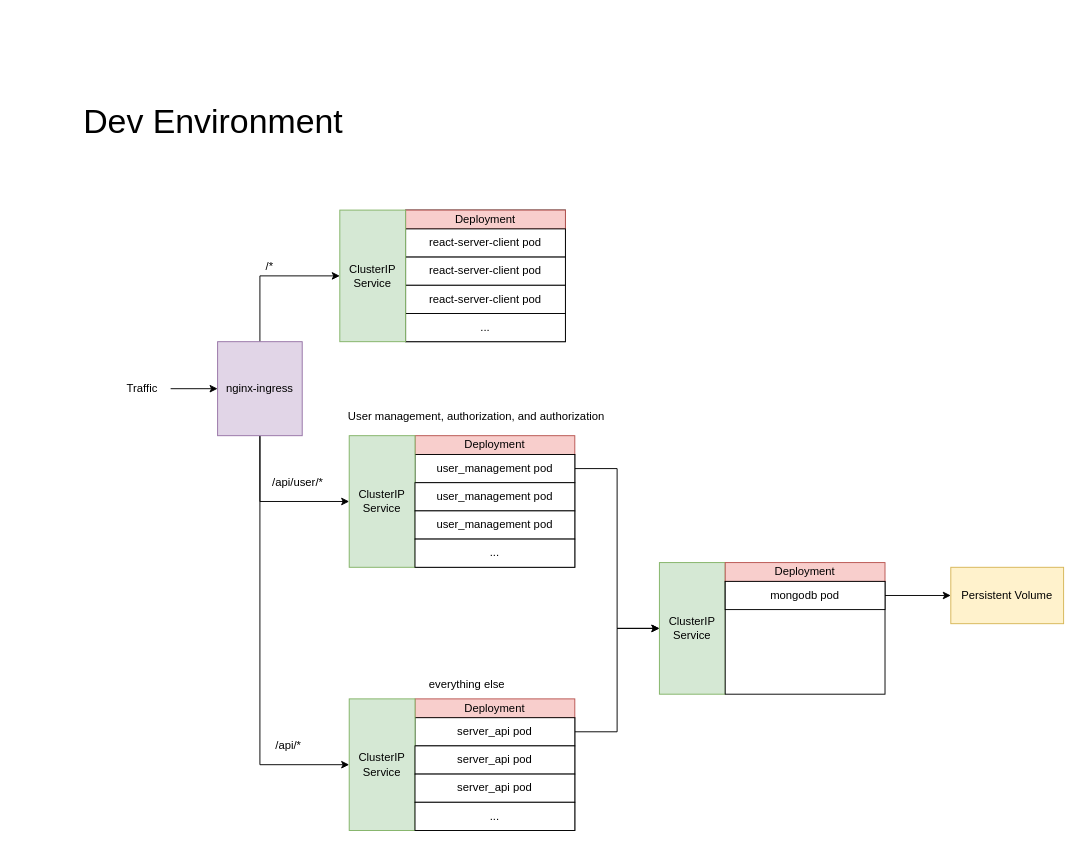
The draw.io diagram page "Page-1" (1 of 2) of planning/architecture_diagram.drawio in Daniel-Laufer/flashcard-app, before the edit. Source tidied: cells renumbered, new cells numbered last; positions are measured from the earlier drawing's top-left corner, leaving out a move shared by most shapes. Both pictures are drawn from the tidied source at 94%, with x=0, y=0 at pixel (76, 106).
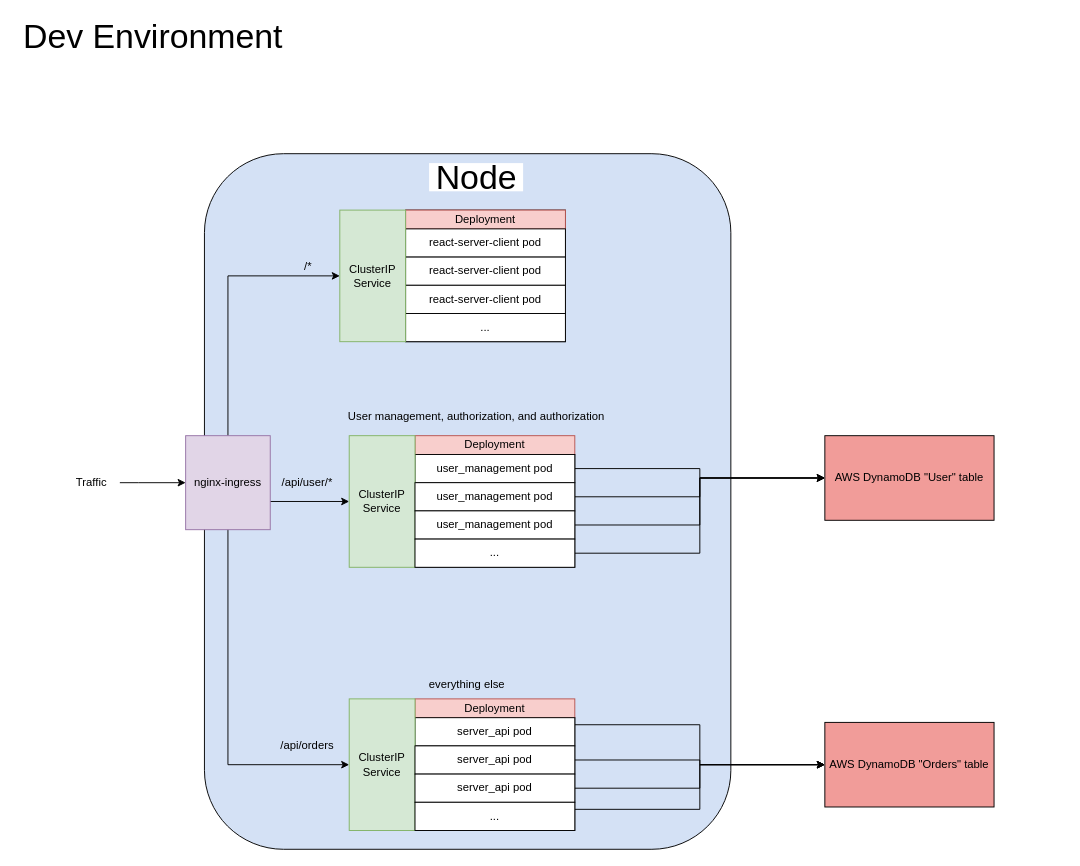
The same page after the edit.

The change refers to these unchanged cells:
```xml
<mxCell id="20" value="user_management pod" style="rounded=0;whiteSpace=wrap;html=1;" parent="1" vertex="1">
  <mxGeometry x="360" y="370" width="170" height="30" as="geometry" />
</mxCell>
<mxCell id="26" value="ClusterIP Service" style="rounded=0;whiteSpace=wrap;html=1;fillColor=#d5e8d4;strokeColor=#82b366;" parent="1" vertex="1">
  <mxGeometry x="290" y="350" width="70" height="140" as="geometry" />
</mxCell>
<mxCell id="31" value="server_api pod" style="rounded=0;whiteSpace=wrap;html=1;" parent="1" vertex="1">
  <mxGeometry x="360" y="650" width="170" height="30" as="geometry" />
</mxCell>
<mxCell id="32" value="ClusterIP Service" style="rounded=0;whiteSpace=wrap;html=1;fillColor=#d5e8d4;strokeColor=#82b366;" parent="1" vertex="1">
  <mxGeometry x="290" y="630" width="70" height="140" as="geometry" />
</mxCell>
<mxCell id="36" value="server_api pod" style="rounded=0;whiteSpace=wrap;html=1;" parent="1" vertex="1">
  <mxGeometry x="360" y="680" width="170" height="30" as="geometry" />
</mxCell>
<mxCell id="37" value="server_api pod" style="rounded=0;whiteSpace=wrap;html=1;" parent="1" vertex="1">
  <mxGeometry x="360" y="710" width="170" height="30" as="geometry" />
</mxCell>
<mxCell id="38" value="..." style="rounded=0;whiteSpace=wrap;html=1;" parent="1" vertex="1">
  <mxGeometry x="360" y="740" width="170" height="30" as="geometry" />
</mxCell>
<mxCell id="39" value="user_management pod" style="rounded=0;whiteSpace=wrap;html=1;" parent="1" vertex="1">
  <mxGeometry x="360" y="400" width="170" height="30" as="geometry" />
</mxCell>
<mxCell id="40" value="user_management pod" style="rounded=0;whiteSpace=wrap;html=1;" parent="1" vertex="1">
  <mxGeometry x="360" y="430" width="170" height="30" as="geometry" />
</mxCell>
<mxCell id="41" value="..." style="rounded=0;whiteSpace=wrap;html=1;" parent="1" vertex="1">
  <mxGeometry x="360" y="460" width="170" height="30" as="geometry" />
</mxCell>
```

Diff of the diagram source:
```diff
@@
+    <mxCell id="43" style="rounded=1;whiteSpace=wrap;html=1;fillColor=#D4E1F5;" parent="1" vertex="1">
+      <mxGeometry x="136" y="50" width="560" height="740" as="geometry" />
+    </mxCell>
     <mxCell id="2" style="edgeStyle=orthogonalEdgeStyle;rounded=0;jettySize=auto;html=1;" parent="1" edge="1" source="3" target="7">
-      <mxGeometry relative="1" as="geometry" />
+      <mxGeometry relative="1" as="geometry">
+        <Array as="points">
+          <mxPoint x="66" y="400" />
+          <mxPoint x="66" y="400" />
+        </Array>
+      </mxGeometry>
     </mxCell>
     <mxCell id="3" value="Traffic" style="text;html=1;strokeColor=none;fillColor=none;align=center;verticalAlign=middle;whiteSpace=wrap;rounded=0;" parent="1" vertex="1">
-      <mxGeometry x="40" y="285" width="60" height="30" as="geometry" />
+      <mxGeometry x="-14" y="385" width="60" height="30" as="geometry" />
     </mxCell>
@@
     <mxCell id="5" style="edgeStyle=orthogonalEdgeStyle;rounded=0;jettySize=auto;html=1;exitX=0.5;exitY=1;exitDx=0;exitDy=0;" parent="1" edge="1" source="7" target="26">
       <mxGeometry relative="1" as="geometry">
         <Array as="points">
-          <mxPoint x="195" y="420" />
+          <mxPoint x="161" y="420" />
         </Array>
       </mxGeometry>
     </mxCell>
     <mxCell id="6" style="edgeStyle=orthogonalEdgeStyle;rounded=0;jettySize=auto;html=1;entryX=0;entryY=0.5;entryDx=0;entryDy=0;" parent="1" edge="1" source="7" target="32">
       <mxGeometry relative="1" as="geometry">
         <Array as="points">
-          <mxPoint x="195" y="700" />
+          <mxPoint x="161" y="700" />
         </Array>
       </mxGeometry>
     </mxCell>
     <mxCell id="7" value="nginx-ingress" style="rounded=0;whiteSpace=wrap;html=1;fillColor=#e1d5e7;strokeColor=#9673a6;" parent="1" vertex="1">
-      <mxGeometry x="150" y="250" width="90" height="100" as="geometry" />
+      <mxGeometry x="116" y="350" width="90" height="100" as="geometry" />
     </mxCell>
@@
-    <mxCell id="15" value="/api/*" style="text;html=1;align=center;verticalAlign=middle;fillColor=none;strokeColor=none;rounded=0;" parent="1" vertex="1">
-      <mxGeometry x="205" y="670" width="40" height="20" as="geometry" />
+    <mxCell id="15" value="/api/orders" style="text;html=1;align=center;verticalAlign=middle;fillColor=none;strokeColor=none;rounded=0;" parent="1" vertex="1">
+      <mxGeometry x="210" y="670" width="70" height="20" as="geometry" />
     </mxCell>
     <mxCell id="16" value="/*" style="text;html=1;align=center;verticalAlign=middle;fillColor=none;strokeColor=none;rounded=0;" parent="1" vertex="1">
-      <mxGeometry x="195" y="160" width="20" height="20" as="geometry" />
+      <mxGeometry x="236" y="160" width="20" height="20" as="geometry" />
     </mxCell>
@@
-    <mxCell id="19" style="edgeStyle=orthogonalEdgeStyle;rounded=0;jettySize=auto;html=1;exitX=1;exitY=0.5;exitDx=0;exitDy=0;entryX=0;entryY=0.5;entryDx=0;entryDy=0;" parent="1" edge="1" source="20" target="21">
-      <mxGeometry relative="1" as="geometry" />
-    </mxCell>
+    <mxCell id="44" style="edgeStyle=orthogonalEdgeStyle;rounded=0;jettySize=auto;html=1;exitX=1;exitY=0.5;exitDx=0;exitDy=0;entryX=0;entryY=0.5;entryDx=0;entryDy=0;" parent="1" edge="1" source="20" target="53">
+      <mxGeometry relative="1" as="geometry" />
+    </mxCell>
@@
-    <mxCell id="21" value="ClusterIP Service" style="rounded=0;whiteSpace=wrap;html=1;fillColor=#d5e8d4;strokeColor=#82b366;" parent="1" vertex="1">
-      <mxGeometry x="620" y="485" width="70" height="140" as="geometry" />
-    </mxCell>
-    <mxCell id="22" style="rounded=0;whiteSpace=wrap;html=1;" parent="1" vertex="1">
-      <mxGeometry x="690" y="505" width="170" height="120" as="geometry" />
-    </mxCell>
-    <mxCell id="23" value="Deployment" style="rounded=0;whiteSpace=wrap;html=1;fillColor=#f8cecc;strokeColor=#b85450;" parent="1" vertex="1">
-      <mxGeometry x="690" y="485" width="170" height="20" as="geometry" />
-    </mxCell>
-    <mxCell id="24" style="edgeStyle=orthogonalEdgeStyle;rounded=0;jettySize=auto;html=1;exitX=1;exitY=0.5;exitDx=0;exitDy=0;" parent="1" edge="1" source="25" target="27">
-      <mxGeometry relative="1" as="geometry" />
-    </mxCell>
-    <mxCell id="25" value="mongodb pod" style="rounded=0;whiteSpace=wrap;html=1;" parent="1" vertex="1">
-      <mxGeometry x="690" y="505" width="170" height="30" as="geometry" />
-    </mxCell>
@@
-    <mxCell id="27" value="Persistent Volume" style="rounded=0;whiteSpace=wrap;html=1;labelBackgroundColor=none;fillColor=#fff2cc;strokeColor=#d6b656;" parent="1" vertex="1">
-      <mxGeometry x="930" y="490" width="120" height="60" as="geometry" />
-    </mxCell>
@@
-    <mxCell id="30" style="edgeStyle=orthogonalEdgeStyle;rounded=0;jettySize=auto;html=1;exitX=1;exitY=0.5;exitDx=0;exitDy=0;entryX=0;entryY=0.5;entryDx=0;entryDy=0;" parent="1" edge="1" source="31" target="21">
-      <mxGeometry relative="1" as="geometry" />
-    </mxCell>
+    <mxCell id="45" style="edgeStyle=orthogonalEdgeStyle;rounded=0;jettySize=auto;html=1;exitX=1;exitY=0.25;exitDx=0;exitDy=0;entryX=0;entryY=0.5;entryDx=0;entryDy=0;" parent="1" edge="1" source="31" target="54">
+      <mxGeometry relative="1" as="geometry" />
+    </mxCell>
@@
     <mxCell id="34" value="&lt;font style=&quot;font-size: 36px&quot;&gt;Dev Environment&lt;/font&gt;" style="text;html=1;align=center;verticalAlign=middle;fillColor=none;strokeColor=none;rounded=0;" parent="1" vertex="1">
-      <mxGeometry width="290" height="30" as="geometry" />
+      <mxGeometry x="-64" y="-90" width="290" height="30" as="geometry" />
     </mxCell>
     <mxCell id="35" value="/api/user/*" style="text;html=1;align=center;verticalAlign=middle;fillColor=none;strokeColor=none;rounded=0;" parent="1" vertex="1">
-      <mxGeometry x="200" y="390" width="70" height="20" as="geometry" />
+      <mxGeometry x="210" y="390" width="70" height="20" as="geometry" />
     </mxCell>
+    <mxCell id="46" style="edgeStyle=orthogonalEdgeStyle;rounded=0;jettySize=auto;html=1;exitX=1;exitY=0.5;exitDx=0;exitDy=0;" parent="1" edge="1" source="36" target="54">
+      <mxGeometry relative="1" as="geometry" />
+    </mxCell>
@@
+    <mxCell id="47" style="edgeStyle=orthogonalEdgeStyle;rounded=0;jettySize=auto;html=1;exitX=1;exitY=0.5;exitDx=0;exitDy=0;entryX=0;entryY=0.5;entryDx=0;entryDy=0;" parent="1" edge="1" source="37" target="54">
+      <mxGeometry relative="1" as="geometry" />
+    </mxCell>
@@
+    <mxCell id="48" style="edgeStyle=orthogonalEdgeStyle;rounded=0;jettySize=auto;html=1;exitX=1;exitY=0.25;exitDx=0;exitDy=0;entryX=0;entryY=0.5;entryDx=0;entryDy=0;" parent="1" edge="1" source="38" target="54">
+      <mxGeometry relative="1" as="geometry" />
+    </mxCell>
@@
+    <mxCell id="49" style="edgeStyle=orthogonalEdgeStyle;rounded=0;jettySize=auto;html=1;exitX=1;exitY=0.5;exitDx=0;exitDy=0;" parent="1" edge="1" source="39" target="53">
+      <mxGeometry relative="1" as="geometry" />
+    </mxCell>
@@
+    <mxCell id="50" style="edgeStyle=orthogonalEdgeStyle;rounded=0;jettySize=auto;html=1;exitX=1;exitY=0.5;exitDx=0;exitDy=0;" parent="1" edge="1" source="40" target="53">
+      <mxGeometry relative="1" as="geometry" />
+    </mxCell>
@@
+    <mxCell id="51" style="edgeStyle=orthogonalEdgeStyle;rounded=0;jettySize=auto;html=1;exitX=1;exitY=0.5;exitDx=0;exitDy=0;entryX=0;entryY=0.5;entryDx=0;entryDy=0;" parent="1" edge="1" source="41" target="53">
+      <mxGeometry relative="1" as="geometry" />
+    </mxCell>
@@
+    <mxCell id="52" value="&lt;font style=&quot;font-size: 36px&quot;&gt;Node&lt;/font&gt;" style="text;html=1;align=center;verticalAlign=middle;fillColor=#FFFFFF;strokeColor=none;rounded=0;" parent="1" vertex="1">
+      <mxGeometry x="375" y="60" width="100" height="30" as="geometry" />
+    </mxCell>
+    <mxCell id="53" value="AWS DynamoDB &quot;User&quot; table" style="rounded=0;whiteSpace=wrap;html=1;fillColor=#F19C99;" parent="1" vertex="1">
+      <mxGeometry x="796" y="350" width="180" height="90" as="geometry" />
+    </mxCell>
+    <mxCell id="54" value="AWS DynamoDB &quot;Orders&quot; table" style="rounded=0;whiteSpace=wrap;html=1;fillColor=#F19C99;" parent="1" vertex="1">
+      <mxGeometry x="796" y="655" width="180" height="90" as="geometry" />
+    </mxCell>
```
